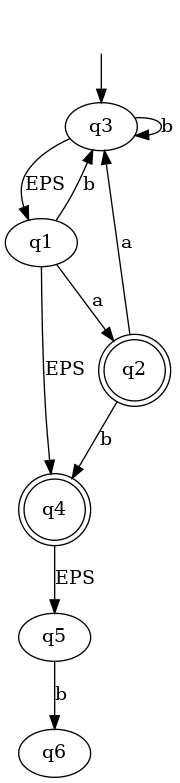
Before: examples/1_nka.png, a diagram exported from Graphviz (x-ENIAC/Formal-languages). Its source is kept beside it as examples/1_nka.dot. Its diagram source:
```dot
digraph {
	start [style = "invis"]
	start -> "q3"
	"q1"
	"q2" [shape=doublecircle]
	"q1" -> "q2" [label = "a"]
	"q4" [shape=doublecircle]
	"q1" -> "q4" [label = "EPS"]
	"q3"
	"q1" -> "q3" [label = "b"]
	"q2" -> "q3" [label = "a"]
	"q2" -> "q4" [label = "b"]
	"q5"
	"q4" -> "q5" [label = "EPS"]
	"q3" -> "q1" [label = "EPS"]
	"q3" -> "q3" [label = "b"]
	"q6"
	"q5" -> "q6" [label = "b"]
}
```
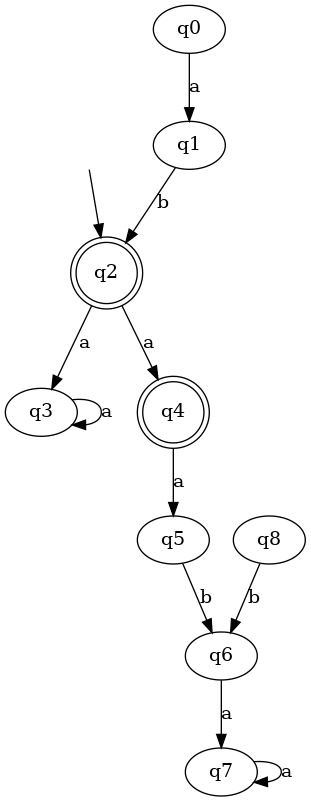
Above is the later version.

The edit, as a diff of the source:
```diff
@@ -1,19 +1,23 @@
 digraph {
 	start [style = "invis"]
-	start -> "q3"
+	start -> "q2"
+	"q0"
 	"q1"
+	"q0" -> "q1" [label = "a"]
 	"q2" [shape=doublecircle]
-	"q1" -> "q2" [label = "a"]
+	"q1" -> "q2" [label = "b"]
+	"q3"
+	"q2" -> "q3" [label = "a"]
 	"q4" [shape=doublecircle]
-	"q1" -> "q4" [label = "EPS"]
-	"q3"
-	"q1" -> "q3" [label = "b"]
-	"q2" -> "q3" [label = "a"]
-	"q2" -> "q4" [label = "b"]
+	"q2" -> "q4" [label = "a"]
+	"q3" -> "q3" [label = "a"]
 	"q5"
-	"q4" -> "q5" [label = "EPS"]
-	"q3" -> "q1" [label = "EPS"]
-	"q3" -> "q3" [label = "b"]
+	"q4" -> "q5" [label = "a"]
 	"q6"
 	"q5" -> "q6" [label = "b"]
+	"q7"
+	"q6" -> "q7" [label = "a"]
+	"q7" -> "q7" [label = "a"]
+	"q8"
+	"q8" -> "q6" [label = "b"]
 }
```
